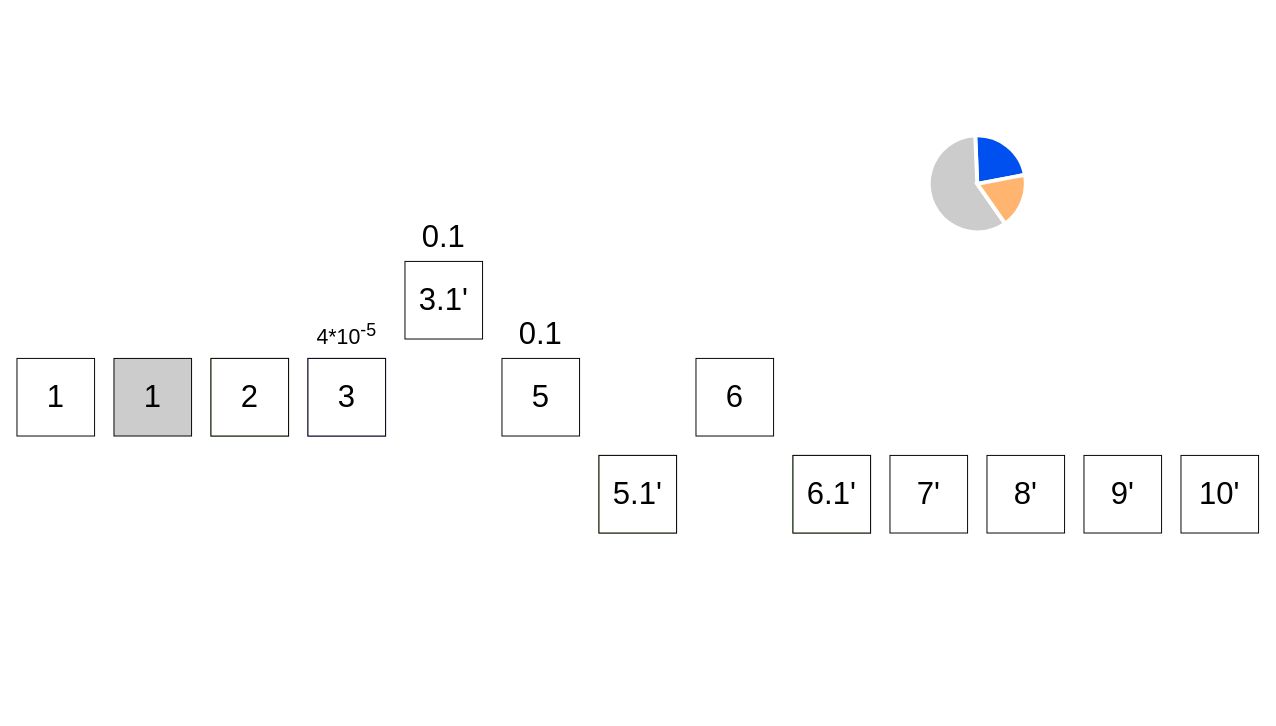
This is images/orphanmev.drawio from friedger/stacks-blockchain, a draw.io file, before an edit. Source tidied: cells renumbered, new cells numbered last; positions are measured from the earlier drawing's top-left corner, leaving out a move shared by most shapes. Both pictures are drawn from the tidied source at 97%, with x=0, y=0 at pixel (16, 135).
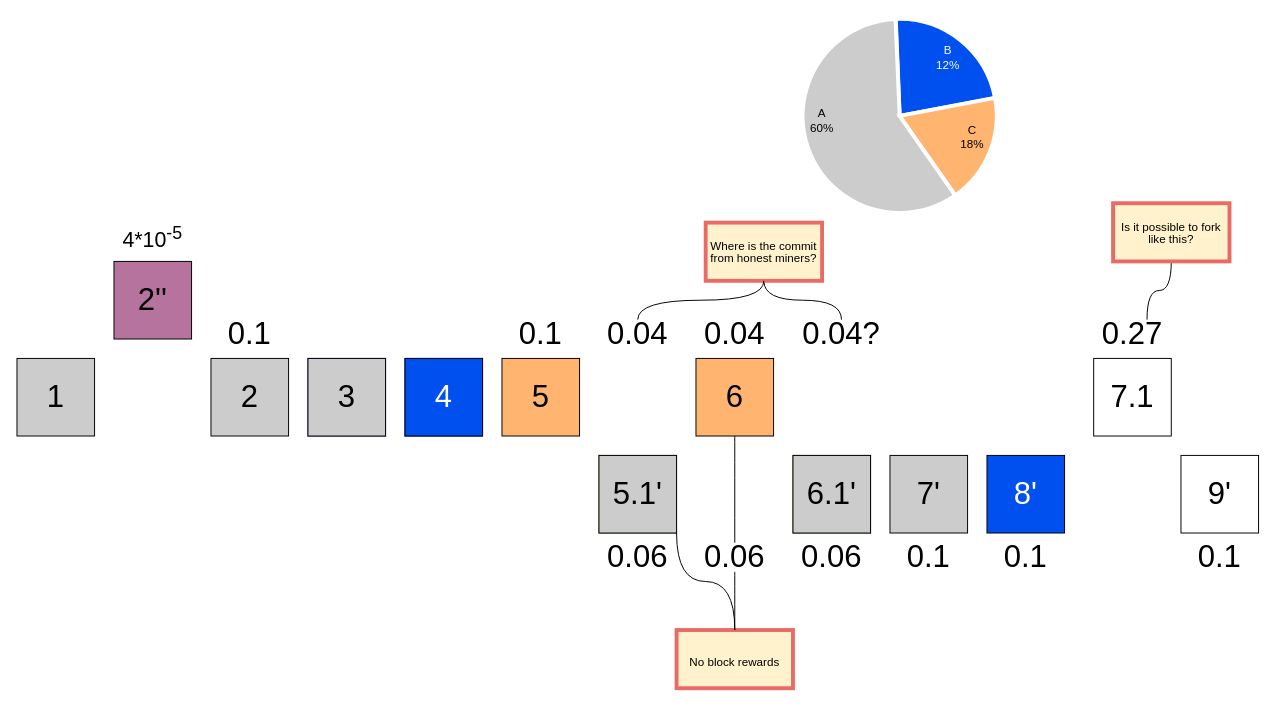
The same page after the edit.

What changed in the source:
```diff
@@
     <mxCell id="2" style="verticalLabelPosition=bottom;verticalAlign=top;html=1;shape=mxgraph.basic.pie;fillColor=#0050ef;strokeColor=#FFFFFF;startAngle=0.9936371943260041;endAngle=0.22050095756623575;fontSize=22;fontColor=#ffffff;strokeWidth=4;" parent="1" vertex="1">
-      <mxGeometry x="940" width="100" height="100" as="geometry" />
+      <mxGeometry x="810" y="-120" width="200" height="200" as="geometry" />
     </mxCell>
-    <mxCell id="3" style="group;" parent="1" vertex="1">
+    <mxCell id="3" style="group;fillColor=#CCCCCC;fontSize=32;" parent="1" vertex="1">
       <mxGeometry y="230" width="80" height="80" as="geometry" />
     </mxCell>
-    <mxCell id="4" style="whiteSpace=wrap;html=1;" parent="3" vertex="1">
+    <mxCell id="4" value="&lt;font style=&quot;font-size: 32px;&quot;&gt;1&lt;/font&gt;" style="whiteSpace=wrap;html=1;fillColor=#CCCCCC;" parent="3" vertex="1">
       <mxGeometry width="80" height="80" as="geometry" />
     </mxCell>
-    <mxCell id="5" value="1" style="text;html=1;strokeColor=none;fillColor=none;align=center;verticalAlign=middle;whiteSpace=wrap;rounded=0;fontSize=32;" parent="3" vertex="1">
-      <mxGeometry x="10" y="25" width="60" height="30" as="geometry" />
-    </mxCell>
-    <mxCell id="6" style="group;fillColor=#CCCCCC;" parent="1" vertex="1">
-      <mxGeometry x="100" y="230" width="80" height="80" as="geometry" />
+    <mxCell id="6" style="group;fillColor=default;" parent="1" vertex="1">
+      <mxGeometry x="100" y="130" width="80" height="80" as="geometry" />
     </mxCell>
-    <mxCell id="7" style="whiteSpace=wrap;html=1;fillColor=#CCCCCC;" parent="6" vertex="1">
+    <mxCell id="7" value="&lt;font style=&quot;font-size: 32px;&quot;&gt;2''&lt;/font&gt;" style="whiteSpace=wrap;html=1;fillColor=#B5739D;" parent="6" vertex="1">
       <mxGeometry width="80" height="80" as="geometry" />
     </mxCell>
-    <mxCell id="8" value="1" style="text;html=1;strokeColor=none;fillColor=none;align=center;verticalAlign=middle;whiteSpace=wrap;rounded=0;fontSize=32;" parent="6" vertex="1">
-      <mxGeometry x="10" y="25" width="60" height="30" as="geometry" />
-    </mxCell>
-    <mxCell id="9" style="group;fillColor=#cccccc;fillStyle=auto;fontColor=#ffffff;strokeColor=#2D7600;fillOpacity=0;" parent="1" vertex="1">
+    <mxCell id="9" style="group;fillColor=#CCCCCC;fontSize=32;" parent="1" vertex="1">
       <mxGeometry x="200" y="230" width="80" height="80" as="geometry" />
     </mxCell>
-    <mxCell id="10" style="whiteSpace=wrap;html=1;" parent="9" vertex="1">
+    <mxCell id="10" value="&lt;font style=&quot;font-size: 32px;&quot;&gt;2&lt;/font&gt;" style="whiteSpace=wrap;html=1;fillColor=#CCCCCC;" parent="9" vertex="1">
       <mxGeometry width="80" height="80" as="geometry" />
     </mxCell>
-    <mxCell id="11" value="2" style="text;html=1;strokeColor=none;fillColor=none;align=center;verticalAlign=middle;whiteSpace=wrap;rounded=0;fontSize=32;" parent="9" vertex="1">
-      <mxGeometry x="10" y="25" width="60" height="30" as="geometry" />
-    </mxCell>
-    <mxCell id="12" style="group;fillColor=#6a00ff;fontColor=#ffffff;strokeColor=#3700CC;" parent="1" vertex="1">
+    <mxCell id="12" style="group;fillColor=#6a00ff;fontColor=#ffffff;strokeColor=#3700CC;fontSize=32;" parent="1" vertex="1">
       <mxGeometry x="300" y="230" width="80" height="80" as="geometry" />
     </mxCell>
-    <mxCell id="13" style="whiteSpace=wrap;html=1;" parent="12" vertex="1">
+    <mxCell id="13" value="&lt;font style=&quot;font-size: 32px;&quot;&gt;3&lt;/font&gt;" style="whiteSpace=wrap;html=1;fillColor=#CCCCCC;" parent="12" vertex="1">
       <mxGeometry width="80" height="80" as="geometry" />
     </mxCell>
-    <mxCell id="14" value="3" style="text;html=1;strokeColor=none;fillColor=none;align=center;verticalAlign=middle;whiteSpace=wrap;rounded=0;fontSize=32;" parent="12" vertex="1">
-      <mxGeometry x="10" y="25" width="60" height="30" as="geometry" />
-    </mxCell>
-    <mxCell id="15" style="group;" parent="1" vertex="1">
-      <mxGeometry x="400" y="130" width="80" height="80" as="geometry" />
+    <mxCell id="15" style="group;fontSize=32;fillColor=#0050EF;fontColor=#ffffff;strokeColor=#001DBC;" parent="1" vertex="1">
+      <mxGeometry x="400" y="230" width="80" height="80" as="geometry" />
     </mxCell>
-    <mxCell id="16" style="whiteSpace=wrap;html=1;" parent="15" vertex="1">
+    <mxCell id="16" value="&lt;font style=&quot;font-size: 32px;&quot;&gt;4&lt;/font&gt;" style="whiteSpace=wrap;html=1;fillColor=#0050EF;fontColor=#FFFFFF;" parent="15" vertex="1">
       <mxGeometry width="80" height="80" as="geometry" />
     </mxCell>
-    <mxCell id="17" value="3.1'" style="text;html=1;strokeColor=none;fillColor=none;align=center;verticalAlign=middle;whiteSpace=wrap;rounded=0;fontSize=32;" parent="15" vertex="1">
-      <mxGeometry x="10" y="25" width="60" height="30" as="geometry" />
-    </mxCell>
-    <mxCell id="18" style="group;" parent="1" vertex="1">
+    <mxCell id="18" style="group;fontSize=32;fillColor=#FFCE9F;" parent="1" vertex="1">
       <mxGeometry x="500" y="230" width="80" height="80" as="geometry" />
     </mxCell>
-    <mxCell id="19" style="whiteSpace=wrap;html=1;" parent="18" vertex="1">
+    <mxCell id="19" value="&lt;font style=&quot;font-size: 32px;&quot;&gt;5&lt;/font&gt;" style="whiteSpace=wrap;html=1;fillColor=#FFB570;" parent="18" vertex="1">
       <mxGeometry width="80" height="80" as="geometry" />
     </mxCell>
-    <mxCell id="20" value="5" style="text;html=1;strokeColor=none;fillColor=none;align=center;verticalAlign=middle;whiteSpace=wrap;rounded=0;fontSize=32;" parent="18" vertex="1">
-      <mxGeometry x="10" y="25" width="60" height="30" as="geometry" />
-    </mxCell>
-    <mxCell id="21" style="group;fillColor=#CCCCCC;fillStyle=auto;fontColor=#ffffff;strokeColor=#2D7600;" parent="1" vertex="1">
+    <mxCell id="21" style="group;fillColor=#CCCCCC;fillStyle=auto;fontColor=#ffffff;strokeColor=#2D7600;fontSize=32;" parent="1" vertex="1">
       <mxGeometry x="600" y="330" width="80" height="80" as="geometry" />
     </mxCell>
-    <mxCell id="22" style="whiteSpace=wrap;html=1;" parent="21" vertex="1">
+    <mxCell id="22" value="&lt;font style=&quot;font-size: 32px;&quot;&gt;5.1'&lt;/font&gt;" style="whiteSpace=wrap;html=1;fillColor=#CCCCCC;" parent="21" vertex="1">
       <mxGeometry width="80" height="80" as="geometry" />
     </mxCell>
-    <mxCell id="23" value="5.1'" style="text;html=1;strokeColor=none;fillColor=none;align=center;verticalAlign=middle;whiteSpace=wrap;rounded=0;fontSize=32;" parent="21" vertex="1">
-      <mxGeometry x="10" y="25" width="60" height="30" as="geometry" />
-    </mxCell>
-    <mxCell id="24" style="group;" parent="1" vertex="1">
+    <mxCell id="24" style="group;fontSize=32;fillColor=#FFB570;" parent="1" vertex="1">
       <mxGeometry x="700" y="230" width="80" height="80" as="geometry" />
     </mxCell>
-    <mxCell id="25" style="whiteSpace=wrap;html=1;" parent="24" vertex="1">
+    <mxCell id="25" value="&lt;font style=&quot;font-size: 32px;&quot;&gt;6&lt;/font&gt;" style="whiteSpace=wrap;html=1;fillColor=#FFB570;" parent="24" vertex="1">
       <mxGeometry width="80" height="80" as="geometry" />
     </mxCell>
-    <mxCell id="26" value="6" style="text;html=1;strokeColor=none;fillColor=none;align=center;verticalAlign=middle;whiteSpace=wrap;rounded=0;fontSize=32;" parent="24" vertex="1">
-      <mxGeometry x="10" y="25" width="60" height="30" as="geometry" />
-    </mxCell>
-    <mxCell id="27" style="group;fillColor=#CCCCCC;fillStyle=auto;fontColor=#ffffff;strokeColor=#2D7600;" parent="1" vertex="1">
+    <mxCell id="27" style="group;fillColor=#CCCCCC;fillStyle=auto;fontColor=#ffffff;strokeColor=#2D7600;fontSize=32;" parent="1" vertex="1">
       <mxGeometry x="800" y="330" width="80" height="80" as="geometry" />
     </mxCell>
-    <mxCell id="28" style="whiteSpace=wrap;html=1;" parent="27" vertex="1">
+    <mxCell id="28" value="&lt;font style=&quot;font-size: 32px;&quot;&gt;6.1'&lt;/font&gt;" style="whiteSpace=wrap;html=1;fillColor=#CCCCCC;" parent="27" vertex="1">
       <mxGeometry width="80" height="80" as="geometry" />
     </mxCell>
-    <mxCell id="29" value="6.1'" style="text;html=1;strokeColor=none;fillColor=none;align=center;verticalAlign=middle;whiteSpace=wrap;rounded=0;fontSize=32;" parent="27" vertex="1">
-      <mxGeometry x="10" y="25" width="60" height="30" as="geometry" />
-    </mxCell>
-    <mxCell id="30" style="group;" parent="1" vertex="1">
+    <mxCell id="30" style="group;fontSize=32;fillColor=#CCCCCC;" parent="1" vertex="1">
       <mxGeometry x="900" y="330" width="80" height="80" as="geometry" />
     </mxCell>
-    <mxCell id="31" style="whiteSpace=wrap;html=1;" parent="30" vertex="1">
+    <mxCell id="31" value="&lt;font style=&quot;font-size: 32px;&quot;&gt;7'&lt;/font&gt;" style="whiteSpace=wrap;html=1;fillColor=#CCCCCC;" parent="30" vertex="1">
       <mxGeometry width="80" height="80" as="geometry" />
     </mxCell>
-    <mxCell id="32" value="7'" style="text;html=1;strokeColor=none;fillColor=none;align=center;verticalAlign=middle;whiteSpace=wrap;rounded=0;fontSize=32;" parent="30" vertex="1">
-      <mxGeometry x="10" y="25" width="60" height="30" as="geometry" />
-    </mxCell>
-    <mxCell id="33" style="group;" parent="1" vertex="1">
+    <mxCell id="33" style="group;fontSize=32;" parent="1" vertex="1">
       <mxGeometry x="1000" y="330" width="80" height="80" as="geometry" />
     </mxCell>
-    <mxCell id="34" style="whiteSpace=wrap;html=1;" parent="33" vertex="1">
+    <mxCell id="34" value="&lt;font style=&quot;font-size: 32px;&quot;&gt;8'&lt;/font&gt;" style="whiteSpace=wrap;html=1;fillColor=#0050EF;fontColor=#FFFFFF;" parent="33" vertex="1">
       <mxGeometry width="80" height="80" as="geometry" />
     </mxCell>
-    <mxCell id="35" value="8'" style="text;html=1;strokeColor=none;fillColor=none;align=center;verticalAlign=middle;whiteSpace=wrap;rounded=0;fontSize=32;" parent="33" vertex="1">
-      <mxGeometry x="10" y="25" width="60" height="30" as="geometry" />
-    </mxCell>
-    <mxCell id="36" style="group;" parent="1" vertex="1">
-      <mxGeometry x="1100" y="330" width="80" height="80" as="geometry" />
+    <mxCell id="36" style="group;fontSize=32;" parent="1" vertex="1">
+      <mxGeometry x="1110" y="230" width="80" height="80" as="geometry" />
     </mxCell>
-    <mxCell id="37" style="whiteSpace=wrap;html=1;" parent="36" vertex="1">
+    <mxCell id="37" value="&lt;font style=&quot;font-size: 32px;&quot;&gt;7.1&lt;/font&gt;" style="whiteSpace=wrap;html=1;" parent="36" vertex="1">
       <mxGeometry width="80" height="80" as="geometry" />
     </mxCell>
-    <mxCell id="38" value="9'" style="text;html=1;strokeColor=none;fillColor=none;align=center;verticalAlign=middle;whiteSpace=wrap;rounded=0;fontSize=32;" parent="36" vertex="1">
-      <mxGeometry x="10" y="25" width="60" height="30" as="geometry" />
-    </mxCell>
-    <mxCell id="39" style="group;" parent="1" vertex="1">
+    <mxCell id="39" style="group;fontSize=32;" parent="1" vertex="1">
       <mxGeometry x="1200" y="330" width="80" height="80" as="geometry" />
     </mxCell>
-    <mxCell id="40" style="whiteSpace=wrap;html=1;" parent="39" vertex="1">
+    <mxCell id="40" value="&lt;font style=&quot;font-size: 32px;&quot;&gt;9'&lt;/font&gt;" style="whiteSpace=wrap;html=1;" parent="39" vertex="1">
       <mxGeometry width="80" height="80" as="geometry" />
     </mxCell>
-    <mxCell id="41" value="10'" style="text;html=1;strokeColor=none;fillColor=none;align=center;verticalAlign=middle;whiteSpace=wrap;rounded=0;fontSize=32;" parent="39" vertex="1">
-      <mxGeometry x="10" y="25" width="60" height="30" as="geometry" />
-    </mxCell>
@@
     <mxCell id="43" value="&lt;font style=&quot;font-size: 22px;&quot;&gt;4*10&lt;sup&gt;-5&lt;/sup&gt;&lt;/font&gt;" style="text;html=1;strokeColor=none;fillColor=none;align=center;verticalAlign=middle;whiteSpace=wrap;rounded=0;fontSize=32;" parent="1" vertex="1">
-      <mxGeometry x="310" y="190" width="60" height="30" as="geometry" />
+      <mxGeometry x="110" y="90" width="60" height="30" as="geometry" />
     </mxCell>
     <mxCell id="44" value="0.1" style="text;html=1;strokeColor=none;fillColor=none;align=center;verticalAlign=middle;whiteSpace=wrap;rounded=0;fontSize=32;" parent="1" vertex="1">
-      <mxGeometry x="410" y="90" width="60" height="30" as="geometry" />
+      <mxGeometry x="210" y="190" width="60" height="30" as="geometry" />
     </mxCell>
     <mxCell id="45" style="verticalLabelPosition=bottom;verticalAlign=top;html=1;shape=mxgraph.basic.pie;fillColor=#CCCCCC;strokeColor=#FFFFFF;startAngle=0.40279994389289264;endAngle=0.993084575216669;fontSize=22;strokeWidth=4;" parent="1" vertex="1">
-      <mxGeometry x="940" width="100" height="100" as="geometry" />
+      <mxGeometry x="810" y="-120" width="200" height="200" as="geometry" />
     </mxCell>
     <mxCell id="46" style="verticalLabelPosition=bottom;verticalAlign=top;html=1;shape=mxgraph.basic.pie;fillColor=#FFB570;strokeColor=#FFFFFF;startAngle=0.22024132493669157;endAngle=0.40257290418514363;fontSize=22;strokeWidth=4;" parent="1" vertex="1">
-      <mxGeometry x="940" width="100" height="100" as="geometry" />
+      <mxGeometry x="810" y="-120" width="200" height="200" as="geometry" />
     </mxCell>
+    <mxCell id="47" value="&lt;div&gt;0.06&lt;/div&gt;" style="text;html=1;strokeColor=none;fillColor=none;align=center;verticalAlign=middle;whiteSpace=wrap;rounded=0;fontSize=32;" parent="1" vertex="1">
+      <mxGeometry x="610" y="420" width="60" height="30" as="geometry" />
+    </mxCell>
+    <mxCell id="48" value="&lt;div&gt;0.04&lt;/div&gt;" style="text;html=1;strokeColor=none;fillColor=none;align=center;verticalAlign=middle;whiteSpace=wrap;rounded=0;fontSize=32;" parent="1" vertex="1">
+      <mxGeometry x="710" y="190" width="60" height="30" as="geometry" />
+    </mxCell>
+    <mxCell id="49" value="&lt;div&gt;0.06&lt;/div&gt;" style="text;html=1;strokeColor=none;fillColor=none;align=center;verticalAlign=middle;whiteSpace=wrap;rounded=0;fontSize=32;" parent="1" vertex="1">
+      <mxGeometry x="810" y="420" width="60" height="30" as="geometry" />
+    </mxCell>
+    <mxCell id="50" value="&lt;div&gt;0.1&lt;/div&gt;" style="text;html=1;strokeColor=none;fillColor=none;align=center;verticalAlign=middle;whiteSpace=wrap;rounded=0;fontSize=32;" parent="1" vertex="1">
+      <mxGeometry x="910" y="420" width="60" height="30" as="geometry" />
+    </mxCell>
+    <mxCell id="51" value="&lt;div&gt;0.1&lt;/div&gt;" style="text;html=1;strokeColor=none;fillColor=none;align=center;verticalAlign=middle;whiteSpace=wrap;rounded=0;fontSize=32;" parent="1" vertex="1">
+      <mxGeometry x="1010" y="420" width="60" height="30" as="geometry" />
+    </mxCell>
+    <mxCell id="52" style="edgeStyle=orthogonalEdgeStyle;curved=1;jettySize=auto;html=1;exitX=0.75;exitY=0;exitDx=0;exitDy=0;fontFamily=Helvetica;fontSize=12;fontColor=#000000;endArrow=none;endFill=0;" parent="1" edge="1" source="53" target="61">
+      <mxGeometry relative="1" as="geometry" />
+    </mxCell>
+    <mxCell id="53" value="&lt;div&gt;0.27&lt;/div&gt;" style="text;html=1;strokeColor=none;fillColor=none;align=center;verticalAlign=middle;whiteSpace=wrap;rounded=0;fontSize=32;" parent="1" vertex="1">
+      <mxGeometry x="1120" y="190" width="60" height="30" as="geometry" />
+    </mxCell>
+    <mxCell id="54" style="edgeStyle=orthogonalEdgeStyle;curved=1;jettySize=auto;html=1;exitX=0.5;exitY=0;exitDx=0;exitDy=0;entryX=0.5;entryY=1;entryDx=0;entryDy=0;fontFamily=Helvetica;fontSize=12;fontColor=#000000;endArrow=none;endFill=0;" parent="1" edge="1" source="55" target="60">
+      <mxGeometry relative="1" as="geometry" />
+    </mxCell>
+    <mxCell id="55" value="&lt;div&gt;0.04?&lt;/div&gt;" style="text;html=1;strokeColor=none;fillColor=none;align=center;verticalAlign=middle;whiteSpace=wrap;rounded=0;fontSize=32;" parent="1" vertex="1">
+      <mxGeometry x="800" y="190" width="100" height="30" as="geometry" />
+    </mxCell>
+    <mxCell id="56" value="&lt;div&gt;0.1&lt;/div&gt;" style="text;html=1;strokeColor=none;fillColor=none;align=center;verticalAlign=middle;whiteSpace=wrap;rounded=0;fontSize=32;" parent="1" vertex="1">
+      <mxGeometry x="1210" y="420" width="60" height="30" as="geometry" />
+    </mxCell>
+    <mxCell id="57" value="&lt;p style=&quot;line-height: 100%;&quot;&gt;&lt;font style=&quot;font-size: 12px;&quot;&gt;No block rewards&lt;br&gt;&lt;/font&gt;&lt;/p&gt;" style="rounded=0;whiteSpace=wrap;html=1;labelBackgroundColor=none;fillStyle=auto;strokeColor=#EA6B66;strokeWidth=4;fontFamily=Helvetica;fontSize=32;fontColor=#000000;fillColor=#FFF2CC;align=center;verticalAlign=middle;" parent="1" vertex="1">
+      <mxGeometry x="680" y="510" width="120" height="60" as="geometry" />
+    </mxCell>
+    <mxCell id="58" style="edgeStyle=orthogonalEdgeStyle;jettySize=auto;html=1;exitX=1;exitY=1;exitDx=0;exitDy=0;fontFamily=Helvetica;fontSize=13;fontColor=#000000;curved=1;endArrow=none;endFill=0;" parent="1" edge="1" source="22" target="57">
+      <mxGeometry relative="1" as="geometry" />
+    </mxCell>
+    <mxCell id="59" style="edgeStyle=orthogonalEdgeStyle;curved=1;jettySize=auto;html=1;exitX=0.5;exitY=1;exitDx=0;exitDy=0;fontFamily=Helvetica;fontSize=13;fontColor=#000000;endArrow=none;endFill=0;entryX=0.5;entryY=0;entryDx=0;entryDy=0;startArrow=none;" parent="1" edge="1" source="68" target="57">
+      <mxGeometry relative="1" as="geometry" />
+    </mxCell>
+    <mxCell id="60" value="&lt;p style=&quot;line-height: 100%; font-size: 12px;&quot;&gt;&lt;font style=&quot;font-size: 12px;&quot;&gt;Where is the commit from honest miners?&lt;br&gt;&lt;/font&gt;&lt;/p&gt;" style="rounded=0;whiteSpace=wrap;html=1;labelBackgroundColor=none;fillStyle=auto;strokeColor=#EA6B66;strokeWidth=4;fontFamily=Helvetica;fontSize=32;fontColor=#000000;fillColor=#FFF2CC;align=center;verticalAlign=middle;spacing=2;" parent="1" vertex="1">
+      <mxGeometry x="710" y="90" width="120" height="60" as="geometry" />
+    </mxCell>
+    <mxCell id="61" value="&lt;p style=&quot;line-height: 100%; font-size: 12px;&quot;&gt;&lt;font style=&quot;font-size: 12px;&quot;&gt;Is it possible to fork like this?&lt;/font&gt; &lt;br style=&quot;font-size: 12px;&quot;&gt;&lt;/p&gt;" style="rounded=0;whiteSpace=wrap;html=1;labelBackgroundColor=none;fillStyle=auto;strokeColor=#EA6B66;strokeWidth=4;fontFamily=Helvetica;fontSize=12;fontColor=#000000;fillColor=#FFF2CC;align=center;verticalAlign=middle;spacing=2;" parent="1" vertex="1">
+      <mxGeometry x="1130" y="70" width="120" height="60" as="geometry" />
+    </mxCell>
+    <mxCell id="62" value="A &lt;br&gt;&lt;div&gt;60%&lt;/div&gt;" style="text;html=1;strokeColor=none;fillColor=none;align=center;verticalAlign=middle;whiteSpace=wrap;rounded=0;fontSize=12;fontFamily=Helvetica;fontColor=#000000;" parent="1" vertex="1">
+      <mxGeometry x="800" y="-30" width="60" height="30" as="geometry" />
+    </mxCell>
+    <mxCell id="63" value="C&lt;div&gt;18%&lt;/div&gt;" style="text;html=1;strokeColor=none;fillColor=none;align=center;verticalAlign=middle;whiteSpace=wrap;rounded=0;fontSize=12;fontFamily=Helvetica;fontColor=#000000;" parent="1" vertex="1">
+      <mxGeometry x="955" y="-13" width="60" height="30" as="geometry" />
+    </mxCell>
+    <mxCell id="64" value="&lt;font color=&quot;#ffffff&quot;&gt;B&lt;br&gt;12%&lt;/font&gt;" style="text;html=1;strokeColor=none;fillColor=none;align=center;verticalAlign=middle;whiteSpace=wrap;rounded=0;fontSize=12;fontFamily=Helvetica;fontColor=#000000;" parent="1" vertex="1">
+      <mxGeometry x="930" y="-95" width="60" height="30" as="geometry" />
+    </mxCell>
+    <mxCell id="65" style="edgeStyle=orthogonalEdgeStyle;curved=1;jettySize=auto;html=1;exitX=0.5;exitY=0;exitDx=0;exitDy=0;entryX=0.5;entryY=1;entryDx=0;entryDy=0;fontFamily=Helvetica;fontSize=12;fontColor=#FFFFFF;endArrow=none;endFill=0;" parent="1" edge="1" source="66" target="60">
+      <mxGeometry relative="1" as="geometry" />
+    </mxCell>
+    <mxCell id="66" value="&lt;div&gt;0.04&lt;/div&gt;" style="text;html=1;strokeColor=none;fillColor=none;align=center;verticalAlign=middle;whiteSpace=wrap;rounded=0;fontSize=32;" parent="1" vertex="1">
+      <mxGeometry x="610" y="190" width="60" height="30" as="geometry" />
+    </mxCell>
+    <mxCell id="67" style="edgeStyle=orthogonalEdgeStyle;curved=1;jettySize=auto;html=1;exitX=0.5;exitY=1;exitDx=0;exitDy=0;fontFamily=Helvetica;fontSize=13;fontColor=#000000;endArrow=none;endFill=0;entryX=0.5;entryY=0;entryDx=0;entryDy=0;" parent="1" edge="1" source="25" target="68">
+      <mxGeometry relative="1" as="geometry" />
+    </mxCell>
+    <mxCell id="68" value="&lt;div&gt;0.06&lt;/div&gt;" style="text;html=1;strokeColor=none;fillColor=none;align=center;verticalAlign=middle;whiteSpace=wrap;rounded=0;fontSize=32;" parent="1" vertex="1">
+      <mxGeometry x="710" y="420" width="60" height="30" as="geometry" />
+    </mxCell>
```
